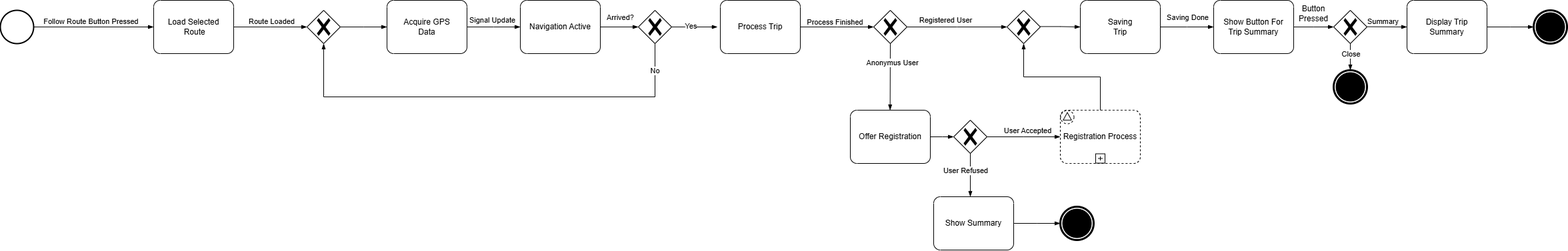
jacopobellosi/Bellosi-Montanelli-Tempobono keeps this draw.io diagram as RASD/LaTeXCode/images/StateDiagrams/Navigation.drawio.png. Above is the earlier version. Source tidied: cells renumbered, new cells last; positions are measured from the earlier drawing's top-left corner, leaving out a move shared by most shapes.
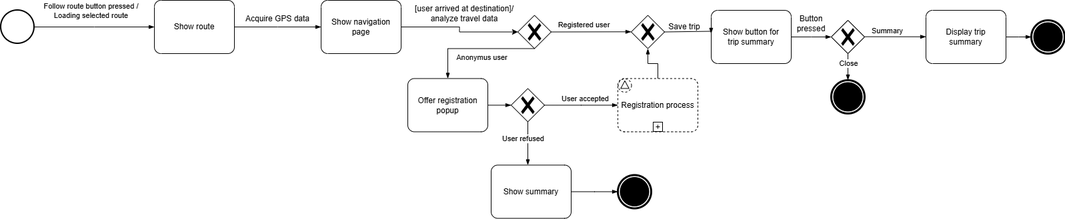
Later version of the same file.

The edit, as a diff of the source:
```diff
@@ -10,59 +10,18 @@
     </mxCell>
-    <mxCell id="4" value="Follow Route Button Pressed" style="edgeLabel;html=1;align=center;verticalAlign=middle;" parent="3" vertex="1">
+    <mxCell id="4" value="Follow route button pressed /&lt;br&gt;Loading selected route" style="edgeLabel;html=1;align=center;verticalAlign=middle;" parent="3" vertex="1">
       <mxGeometry x="-0.48" y="-7" relative="1" as="geometry">
-        <mxPoint x="38" y="-16" as="offset" />
+        <mxPoint x="38" y="-32" as="offset" />
       </mxGeometry>
     </mxCell>
-    <mxCell id="5" value="Load Selected&lt;div&gt;&amp;nbsp;Route&lt;/div&gt;" style="points=[[0.25,0,0],[0.5,0,0],[0.75,0,0],[1,0.25,0],[1,0.5,0],[1,0.75,0],[0.75,1,0],[0.5,1,0],[0.25,1,0],[0,0.75,0],[0,0.5,0],[0,0.25,0]];shape=mxgraph.bpmn.task2;whiteSpace=wrap;rectStyle=rounded;size=10;html=1;taskMarker=abstract;" parent="1" vertex="1">
+    <mxCell id="5" value="Show route" style="points=[[0.25,0,0],[0.5,0,0],[0.75,0,0],[1,0.25,0],[1,0.5,0],[1,0.75,0],[0.75,1,0],[0.5,1,0],[0.25,1,0],[0,0.75,0],[0,0.5,0],[0,0.25,0]];shape=mxgraph.bpmn.task2;whiteSpace=wrap;rectStyle=rounded;size=10;html=1;taskMarker=abstract;" parent="1" vertex="1">
       <mxGeometry x="230" width="120" height="80" as="geometry" />
     </mxCell>
-    <mxCell id="6" value="Acquire GPS&lt;div&gt;Data&lt;/div&gt;" style="points=[[0.25,0,0],[0.5,0,0],[0.75,0,0],[1,0.25,0],[1,0.5,0],[1,0.75,0],[0.75,1,0],[0.5,1,0],[0.25,1,0],[0,0.75,0],[0,0.5,0],[0,0.25,0]];shape=mxgraph.bpmn.task2;whiteSpace=wrap;rectStyle=rounded;size=10;html=1;taskMarker=abstract;" parent="1" vertex="1">
-      <mxGeometry x="580" width="120" height="80" as="geometry" />
+    <mxCell id="6" value="Show navigation page" style="points=[[0.25,0,0],[0.5,0,0],[0.75,0,0],[1,0.25,0],[1,0.5,0],[1,0.75,0],[0.75,1,0],[0.5,1,0],[0.25,1,0],[0,0.75,0],[0,0.5,0],[0,0.25,0]];shape=mxgraph.bpmn.task2;whiteSpace=wrap;rectStyle=rounded;size=10;html=1;taskMarker=abstract;" parent="1" vertex="1">
+      <mxGeometry x="480" width="120" height="80" as="geometry" />
     </mxCell>
-    <mxCell id="7" style="edgeStyle=elbowEdgeStyle;fontSize=12;html=1;endArrow=blockThin;endFill=1;rounded=0;exitX=1;exitY=0.5;exitDx=0;exitDy=0;exitPerimeter=0;elbow=horizontal;entryX=0;entryY=0.5;entryDx=0;entryDy=0;entryPerimeter=0;" parent="1" edge="1" source="5" target="51">
-      <mxGeometry relative="1" as="geometry" />
-    </mxCell>
-    <mxCell id="8" value="Route Loaded" style="edgeLabel;html=1;align=center;verticalAlign=middle;" parent="7" vertex="1">
-      <mxGeometry x="0.3" relative="1" as="geometry">
-        <mxPoint x="-16" y="-9" as="offset" />
-      </mxGeometry>
-    </mxCell>
-    <mxCell id="9" value="Navigation Active" style="points=[[0.25,0,0],[0.5,0,0],[0.75,0,0],[1,0.25,0],[1,0.5,0],[1,0.75,0],[0.75,1,0],[0.5,1,0],[0.25,1,0],[0,0.75,0],[0,0.5,0],[0,0.25,0]];shape=mxgraph.bpmn.task2;whiteSpace=wrap;rectStyle=rounded;size=10;html=1;taskMarker=abstract;" parent="1" vertex="1">
-      <mxGeometry x="780" width="120" height="80" as="geometry" />
-    </mxCell>
-    <mxCell id="10" style="points=[[0.25,0.25,0],[0.5,0,0],[0.75,0.25,0],[1,0.5,0],[0.75,0.75,0],[0.5,1,0],[0.25,0.75,0],[0,0.5,0]];shape=mxgraph.bpmn.gateway2;html=1;verticalLabelPosition=bottom;labelBackgroundColor=#ffffff;verticalAlign=top;align=center;perimeter=rhombusPerimeter;outlineConnect=0;outline=none;symbol=none;gwType=exclusive;" parent="1" vertex="1">
-      <mxGeometry x="957" y="15" width="50" height="50" as="geometry" />
-    </mxCell>
-    <mxCell id="11" style="edgeStyle=elbowEdgeStyle;fontSize=12;html=1;endArrow=blockThin;endFill=1;rounded=0;exitX=1;exitY=0.5;exitDx=0;exitDy=0;exitPerimeter=0;entryX=0;entryY=0.5;entryDx=0;entryDy=0;entryPerimeter=0;elbow=vertical;" parent="1" edge="1" source="9" target="10">
-      <mxGeometry relative="1" as="geometry" />
-    </mxCell>
-    <mxCell id="12" value="Arrived?" style="edgeLabel;html=1;align=center;verticalAlign=middle;" parent="11" vertex="1">
-      <mxGeometry x="0.43" y="-3" relative="1" as="geometry">
-        <mxPoint x="-11" y="-18" as="offset" />
-      </mxGeometry>
-    </mxCell>
-    <mxCell id="13" style="edgeStyle=elbowEdgeStyle;fontSize=12;html=1;endArrow=blockThin;endFill=1;rounded=0;exitX=1;exitY=0.5;exitDx=0;exitDy=0;exitPerimeter=0;elbow=vertical;entryX=-0.035;entryY=0.519;entryDx=0;entryDy=0;entryPerimeter=0;" parent="1" edge="1" source="10" target="15">
-      <mxGeometry relative="1" as="geometry" />
-    </mxCell>
-    <mxCell id="14" value="Yes" style="edgeLabel;html=1;align=center;verticalAlign=middle;" parent="13" vertex="1">
-      <mxGeometry x="-0.19" y="2" relative="1" as="geometry" />
-    </mxCell>
-    <mxCell id="15" value="Process Trip" style="points=[[0.25,0,0],[0.5,0,0],[0.75,0,0],[1,0.25,0],[1,0.5,0],[1,0.75,0],[0.75,1,0],[0.5,1,0],[0.25,1,0],[0,0.75,0],[0,0.5,0],[0,0.25,0]];shape=mxgraph.bpmn.task2;whiteSpace=wrap;rectStyle=rounded;size=10;html=1;taskMarker=abstract;" parent="1" vertex="1">
-      <mxGeometry x="1080" width="120" height="80" as="geometry" />
-    </mxCell>
-    <mxCell id="16" style="edgeStyle=elbowEdgeStyle;fontSize=12;html=1;endArrow=blockThin;endFill=1;rounded=0;exitX=1;exitY=0.5;exitDx=0;exitDy=0;exitPerimeter=0;elbow=vertical;" parent="1" edge="1" source="15">
-      <mxGeometry relative="1" as="geometry">
-        <mxPoint x="1310" y="40" as="targetPoint" />
-      </mxGeometry>
-    </mxCell>
-    <mxCell id="17" value="Process Finished" style="edgeLabel;html=1;align=center;verticalAlign=middle;" parent="16" vertex="1">
-      <mxGeometry x="-0.13" y="5" relative="1" as="geometry">
-        <mxPoint x="3" y="-3" as="offset" />
-      </mxGeometry>
-    </mxCell>
-    <mxCell id="18" value="Show Button For&lt;div&gt;Trip&amp;nbsp;&lt;span style=&quot;background-color: transparent; color: light-dark(rgb(0, 0, 0), rgb(255, 255, 255));&quot;&gt;Summary&lt;/span&gt;&lt;/div&gt;" style="points=[[0.25,0,0],[0.5,0,0],[0.75,0,0],[1,0.25,0],[1,0.5,0],[1,0.75,0],[0.75,1,0],[0.5,1,0],[0.25,1,0],[0,0.75,0],[0,0.5,0],[0,0.25,0]];shape=mxgraph.bpmn.task2;whiteSpace=wrap;rectStyle=rounded;size=10;html=1;taskMarker=abstract;" parent="1" vertex="1">
-      <mxGeometry x="1820" width="120" height="80" as="geometry" />
+    <mxCell id="18" value="Show button for&lt;div&gt;trip s&lt;span style=&quot;background-color: transparent; color: light-dark(rgb(0, 0, 0), rgb(255, 255, 255));&quot;&gt;ummary&lt;/span&gt;&lt;/div&gt;" style="points=[[0.25,0,0],[0.5,0,0],[0.75,0,0],[1,0.25,0],[1,0.5,0],[1,0.75,0],[0.75,1,0],[0.5,1,0],[0.25,1,0],[0,0.75,0],[0,0.5,0],[0,0.25,0]];shape=mxgraph.bpmn.task2;whiteSpace=wrap;rectStyle=rounded;size=10;html=1;taskMarker=abstract;" parent="1" vertex="1">
+      <mxGeometry x="1065" y="15" width="120" height="80" as="geometry" />
     </mxCell>
     <mxCell id="19" style="points=[[0.25,0.25,0],[0.5,0,0],[0.75,0.25,0],[1,0.5,0],[0.75,0.75,0],[0.5,1,0],[0.25,0.75,0],[0,0.5,0]];shape=mxgraph.bpmn.gateway2;html=1;verticalLabelPosition=bottom;labelBackgroundColor=#ffffff;verticalAlign=top;align=center;perimeter=rhombusPerimeter;outlineConnect=0;outline=none;symbol=none;gwType=exclusive;" parent="1" vertex="1">
-      <mxGeometry x="1310" y="15" width="50" height="50" as="geometry" />
+      <mxGeometry x="775" y="22.5" width="50" height="50" as="geometry" />
     </mxCell>
@@ -71,3 +30,3 @@
     </mxCell>
-    <mxCell id="21" value="Registered User" style="edgeLabel;html=1;align=center;verticalAlign=middle;" parent="20" vertex="1">
+    <mxCell id="21" value="Registered user" style="edgeLabel;html=1;align=center;verticalAlign=middle;" parent="20" vertex="1">
       <mxGeometry x="-0.38" y="1" relative="1" as="geometry">
@@ -80,6 +39,6 @@
     <mxCell id="23" style="points=[[0.25,0.25,0],[0.5,0,0],[0.75,0.25,0],[1,0.5,0],[0.75,0.75,0],[0.5,1,0],[0.25,0.75,0],[0,0.5,0]];shape=mxgraph.bpmn.gateway2;html=1;verticalLabelPosition=bottom;labelBackgroundColor=#ffffff;verticalAlign=top;align=center;perimeter=rhombusPerimeter;outlineConnect=0;outline=none;symbol=none;gwType=exclusive;" parent="1" vertex="1">
-      <mxGeometry x="2000" y="15" width="50" height="50" as="geometry" />
+      <mxGeometry x="1245" y="30" width="50" height="50" as="geometry" />
     </mxCell>
-    <mxCell id="24" value="Button Pressed" style="text;html=1;whiteSpace=wrap;strokeColor=none;fillColor=none;align=center;verticalAlign=middle;rounded=0;" parent="1" vertex="1">
-      <mxGeometry x="1940" y="5" width="60" height="30" as="geometry" />
+    <mxCell id="24" value="Button pressed" style="text;html=1;whiteSpace=wrap;strokeColor=none;fillColor=none;align=center;verticalAlign=middle;rounded=0;" parent="1" vertex="1">
+      <mxGeometry x="1185" y="20" width="60" height="30" as="geometry" />
     </mxCell>
@@ -87,3 +46,3 @@
       <mxGeometry relative="1" as="geometry">
-        <mxPoint x="2050" y="39.7" as="sourcePoint" />
+        <mxPoint x="1295" y="54.7" as="sourcePoint" />
       </mxGeometry>
@@ -104,20 +63,24 @@
     <mxCell id="29" style="points=[[0.145,0.145,0],[0.5,0,0],[0.855,0.145,0],[1,0.5,0],[0.855,0.855,0],[0.5,1,0],[0.145,0.855,0],[0,0.5,0]];shape=mxgraph.bpmn.event;html=1;verticalLabelPosition=bottom;labelBackgroundColor=#ffffff;verticalAlign=top;align=center;perimeter=ellipsePerimeter;outlineConnect=0;outline=end;symbol=terminate;" parent="1" vertex="1">
-      <mxGeometry x="2000" y="105" width="50" height="50" as="geometry" />
+      <mxGeometry x="1245" y="120" width="50" height="50" as="geometry" />
     </mxCell>
-    <mxCell id="30" value="Display Trip&lt;div&gt;Summary&lt;/div&gt;" style="points=[[0.25,0,0],[0.5,0,0],[0.75,0,0],[1,0.25,0],[1,0.5,0],[1,0.75,0],[0.75,1,0],[0.5,1,0],[0.25,1,0],[0,0.75,0],[0,0.5,0],[0,0.25,0]];shape=mxgraph.bpmn.task2;whiteSpace=wrap;rectStyle=rounded;size=10;html=1;taskMarker=abstract;" parent="1" vertex="1">
-      <mxGeometry x="2110" width="120" height="80" as="geometry" />
+    <mxCell id="30" value="Display trip&lt;div&gt;&lt;span style=&quot;background-color: transparent; color: light-dark(rgb(0, 0, 0), rgb(255, 255, 255));&quot;&gt;summary&lt;/span&gt;&lt;/div&gt;" style="points=[[0.25,0,0],[0.5,0,0],[0.75,0,0],[1,0.25,0],[1,0.5,0],[1,0.75,0],[0.75,1,0],[0.5,1,0],[0.25,1,0],[0,0.75,0],[0,0.5,0],[0,0.25,0]];shape=mxgraph.bpmn.task2;whiteSpace=wrap;rectStyle=rounded;size=10;html=1;taskMarker=abstract;" parent="1" vertex="1">
+      <mxGeometry x="1387" y="15" width="120" height="80" as="geometry" />
     </mxCell>
-    <mxCell id="31" style="edgeStyle=elbowEdgeStyle;fontSize=12;html=1;endArrow=blockThin;endFill=1;rounded=0;exitX=0.5;exitY=1;exitDx=0;exitDy=0;exitPerimeter=0;" parent="1" edge="1" source="19" target="33">
-      <mxGeometry relative="1" as="geometry" />
+    <mxCell id="31" style="edgeStyle=elbowEdgeStyle;fontSize=12;html=1;endArrow=blockThin;endFill=1;rounded=0;exitX=0.5;exitY=1;exitDx=0;exitDy=0;exitPerimeter=0;entryX=0.5;entryY=0;entryDx=0;entryDy=0;entryPerimeter=0;" parent="1" edge="1" source="19" target="33">
+      <mxGeometry relative="1" as="geometry">
+        <Array as="points">
+          <mxPoint x="670" y="105" />
+        </Array>
+      </mxGeometry>
     </mxCell>
-    <mxCell id="32" value="Anonymus User" style="edgeLabel;html=1;align=center;verticalAlign=middle;" parent="31" vertex="1">
+    <mxCell id="32" value="Anonymus user" style="edgeLabel;html=1;align=center;verticalAlign=middle;" parent="31" vertex="1">
       <mxGeometry x="-0.43" relative="1" as="geometry">
-        <mxPoint x="2" as="offset" />
+        <mxPoint x="-30" y="13" as="offset" />
       </mxGeometry>
     </mxCell>
-    <mxCell id="33" value="Offer Registration" style="points=[[0.25,0,0],[0.5,0,0],[0.75,0,0],[1,0.25,0],[1,0.5,0],[1,0.75,0],[0.75,1,0],[0.5,1,0],[0.25,1,0],[0,0.75,0],[0,0.5,0],[0,0.25,0]];shape=mxgraph.bpmn.task2;whiteSpace=wrap;rectStyle=rounded;size=10;html=1;taskMarker=abstract;" parent="1" vertex="1">
-      <mxGeometry x="1275" y="165" width="120" height="80" as="geometry" />
+    <mxCell id="33" value="Offer registration popup" style="points=[[0.25,0,0],[0.5,0,0],[0.75,0,0],[1,0.25,0],[1,0.5,0],[1,0.75,0],[0.75,1,0],[0.5,1,0],[0.25,1,0],[0,0.75,0],[0,0.5,0],[0,0.25,0]];shape=mxgraph.bpmn.task2;whiteSpace=wrap;rectStyle=rounded;size=10;html=1;taskMarker=abstract;" parent="1" vertex="1">
+      <mxGeometry x="610" y="117.5" width="120" height="80" as="geometry" />
     </mxCell>
     <mxCell id="34" style="points=[[0.25,0.25,0],[0.5,0,0],[0.75,0.25,0],[1,0.5,0],[0.75,0.75,0],[0.5,1,0],[0.25,0.75,0],[0,0.5,0]];shape=mxgraph.bpmn.gateway2;html=1;verticalLabelPosition=bottom;labelBackgroundColor=#ffffff;verticalAlign=top;align=center;perimeter=rhombusPerimeter;outlineConnect=0;outline=none;symbol=none;gwType=exclusive;" parent="1" vertex="1">
-      <mxGeometry x="1430" y="180" width="50" height="50" as="geometry" />
+      <mxGeometry x="765" y="132.5" width="50" height="50" as="geometry" />
     </mxCell>
@@ -128,6 +91,6 @@
       <mxGeometry relative="1" as="geometry">
-        <mxPoint x="1455" y="295" as="targetPoint" />
+        <mxPoint x="790" y="247.5" as="targetPoint" />
       </mxGeometry>
     </mxCell>
-    <mxCell id="37" value="User Accepted" style="edgeLabel;html=1;align=center;verticalAlign=middle;" parent="36" vertex="1">
+    <mxCell id="37" value="User accepted" style="edgeLabel;html=1;align=center;verticalAlign=middle;" parent="36" vertex="1">
       <mxGeometry x="-0.3" y="2" relative="1" as="geometry">
@@ -138,10 +101,10 @@
       <mxGeometry relative="1" as="geometry">
-        <mxPoint x="1620" y="205" as="targetPoint" />
+        <mxPoint x="955" y="157.5" as="targetPoint" />
       </mxGeometry>
     </mxCell>
-    <mxCell id="39" value="Show Summary" style="points=[[0.25,0,0],[0.5,0,0],[0.75,0,0],[1,0.25,0],[1,0.5,0],[1,0.75,0],[0.75,1,0],[0.5,1,0],[0.25,1,0],[0,0.75,0],[0,0.5,0],[0,0.25,0]];shape=mxgraph.bpmn.task2;whiteSpace=wrap;rectStyle=rounded;size=10;html=1;taskMarker=abstract;" parent="1" vertex="1">
-      <mxGeometry x="1400" y="295" width="120" height="80" as="geometry" />
+    <mxCell id="39" value="Show summary" style="points=[[0.25,0,0],[0.5,0,0],[0.75,0,0],[1,0.25,0],[1,0.5,0],[1,0.75,0],[0.75,1,0],[0.5,1,0],[0.25,1,0],[0,0.75,0],[0,0.5,0],[0,0.25,0]];shape=mxgraph.bpmn.task2;whiteSpace=wrap;rectStyle=rounded;size=10;html=1;taskMarker=abstract;" parent="1" vertex="1">
+      <mxGeometry x="735" y="247.5" width="120" height="80" as="geometry" />
     </mxCell>
     <mxCell id="40" style="points=[[0.25,0.25,0],[0.5,0,0],[0.75,0.25,0],[1,0.5,0],[0.75,0.75,0],[0.5,1,0],[0.25,0.75,0],[0,0.5,0]];shape=mxgraph.bpmn.gateway2;html=1;verticalLabelPosition=bottom;labelBackgroundColor=#ffffff;verticalAlign=top;align=center;perimeter=rhombusPerimeter;outlineConnect=0;outline=none;symbol=none;gwType=exclusive;" parent="1" vertex="1">
-      <mxGeometry x="1510" y="15" width="50" height="50" as="geometry" />
+      <mxGeometry x="945" y="22.5" width="50" height="50" as="geometry" />
     </mxCell>
@@ -150,3 +113,3 @@
     </mxCell>
-    <mxCell id="42" value="User Refused" style="edgeLabel;html=1;align=center;verticalAlign=middle;" parent="41" vertex="1">
+    <mxCell id="42" value="User refused" style="edgeLabel;html=1;align=center;verticalAlign=middle;" parent="41" vertex="1">
       <mxGeometry x="-0.52" y="-2" relative="1" as="geometry">
@@ -155,4 +118,4 @@
     </mxCell>
-    <mxCell id="43" value="Registration Process" style="points=[[0.25,0,0],[0.5,0,0],[0.75,0,0],[1,0.25,0],[1,0.5,0],[1,0.75,0],[0.75,1,0],[0.5,1,0],[0.25,1,0],[0,0.75,0],[0,0.5,0],[0,0.25,0]];shape=mxgraph.bpmn.task2;whiteSpace=wrap;rectStyle=rounded;size=10;html=1;taskMarker=abstract;bpmnShapeType=subprocess;isLoopSub=1;outline=eventNonint;symbol=signal;" parent="1" vertex="1">
-      <mxGeometry x="1590" y="165" width="120" height="80" as="geometry" />
+    <mxCell id="43" value="Registration process" style="points=[[0.25,0,0],[0.5,0,0],[0.75,0,0],[1,0.25,0],[1,0.5,0],[1,0.75,0],[0.75,1,0],[0.5,1,0],[0.25,1,0],[0,0.75,0],[0,0.5,0],[0,0.25,0]];shape=mxgraph.bpmn.task2;whiteSpace=wrap;rectStyle=rounded;size=10;html=1;taskMarker=abstract;bpmnShapeType=subprocess;isLoopSub=1;outline=eventNonint;symbol=signal;" parent="1" vertex="1">
+      <mxGeometry x="925" y="117.5" width="120" height="80" as="geometry" />
     </mxCell>
@@ -162,3 +125,3 @@
     <mxCell id="45" style="points=[[0.145,0.145,0],[0.5,0,0],[0.855,0.145,0],[1,0.5,0],[0.855,0.855,0],[0.5,1,0],[0.145,0.855,0],[0,0.5,0]];shape=mxgraph.bpmn.event;html=1;verticalLabelPosition=bottom;labelBackgroundColor=#ffffff;verticalAlign=top;align=center;perimeter=ellipsePerimeter;outlineConnect=0;outline=end;symbol=terminate;" parent="1" vertex="1">
-      <mxGeometry x="1590" y="310" width="50" height="50" as="geometry" />
+      <mxGeometry x="925" y="262.5" width="50" height="50" as="geometry" />
     </mxCell>
@@ -167,45 +130,14 @@
     </mxCell>
-    <mxCell id="47" style="edgeStyle=elbowEdgeStyle;fontSize=12;html=1;endArrow=blockThin;endFill=1;rounded=0;exitX=1;exitY=0.5;exitDx=0;exitDy=0;exitPerimeter=0;entryX=0;entryY=0.5;entryDx=0;entryDy=0;entryPerimeter=0;elbow=vertical;" parent="1" edge="1" source="6" target="9">
-      <mxGeometry relative="1" as="geometry" />
-    </mxCell>
-    <mxCell id="48" value="Signal Update" style="edgeLabel;html=1;align=center;verticalAlign=middle;" parent="47" vertex="1">
-      <mxGeometry x="0.47" y="-1" relative="1" as="geometry">
-        <mxPoint x="-21" y="-12" as="offset" />
-      </mxGeometry>
-    </mxCell>
-    <mxCell id="49" style="edgeStyle=orthogonalEdgeStyle;fontSize=12;html=1;endArrow=blockThin;endFill=1;rounded=0;exitX=0.5;exitY=1;exitDx=0;exitDy=0;exitPerimeter=0;entryX=0.5;entryY=1;entryDx=0;entryDy=0;entryPerimeter=0;" parent="1" edge="1" source="10" target="51">
-      <mxGeometry relative="1" as="geometry">
-        <Array as="points">
-          <mxPoint x="982" y="145" />
-          <mxPoint x="485" y="145" />
-        </Array>
-      </mxGeometry>
-    </mxCell>
-    <mxCell id="50" value="No" style="edgeLabel;html=1;align=center;verticalAlign=middle;" parent="49" vertex="1">
-      <mxGeometry x="-0.88" y="-1" relative="1" as="geometry" />
-    </mxCell>
-    <mxCell id="51" style="points=[[0.25,0.25,0],[0.5,0,0],[0.75,0.25,0],[1,0.5,0],[0.75,0.75,0],[0.5,1,0],[0.25,0.75,0],[0,0.5,0]];shape=mxgraph.bpmn.gateway2;html=1;verticalLabelPosition=bottom;labelBackgroundColor=#ffffff;verticalAlign=top;align=center;perimeter=rhombusPerimeter;outlineConnect=0;outline=none;symbol=none;gwType=exclusive;" parent="1" vertex="1">
-      <mxGeometry x="460" y="15" width="50" height="50" as="geometry" />
-    </mxCell>
-    <mxCell id="52" style="edgeStyle=elbowEdgeStyle;fontSize=12;html=1;endArrow=blockThin;endFill=1;rounded=0;exitX=1;exitY=0.5;exitDx=0;exitDy=0;exitPerimeter=0;entryX=0;entryY=0.5;entryDx=0;entryDy=0;entryPerimeter=0;" parent="1" edge="1" source="51" target="6">
+    <mxCell id="52" style="edgeStyle=elbowEdgeStyle;fontSize=12;html=1;endArrow=blockThin;endFill=1;rounded=0;exitX=1;exitY=0.5;exitDx=0;exitDy=0;exitPerimeter=0;entryX=0;entryY=0.5;entryDx=0;entryDy=0;entryPerimeter=0;" parent="1" edge="1" source="5" target="6">
       <mxGeometry relative="1" as="geometry" />
     </mxCell>
-    <mxCell id="53" value="Saving&lt;div&gt;Trip&lt;/div&gt;" style="points=[[0.25,0,0],[0.5,0,0],[0.75,0,0],[1,0.25,0],[1,0.5,0],[1,0.75,0],[0.75,1,0],[0.5,1,0],[0.25,1,0],[0,0.75,0],[0,0.5,0],[0,0.25,0]];shape=mxgraph.bpmn.task2;whiteSpace=wrap;rectStyle=rounded;size=10;html=1;taskMarker=abstract;" parent="1" vertex="1">
-      <mxGeometry x="1620" width="120" height="80" as="geometry" />
-    </mxCell>
-    <mxCell id="54" style="edgeStyle=elbowEdgeStyle;fontSize=12;html=1;endArrow=blockThin;endFill=1;rounded=0;entryX=0;entryY=0.5;entryDx=0;entryDy=0;entryPerimeter=0;" parent="1" edge="1" target="53">
+    <mxCell id="54" style="edgeStyle=elbowEdgeStyle;fontSize=12;html=1;endArrow=blockThin;endFill=1;rounded=0;elbow=vertical;entryX=-0.001;entryY=0.436;entryDx=0;entryDy=0;entryPerimeter=0;exitX=1;exitY=0.5;exitDx=0;exitDy=0;exitPerimeter=0;" parent="1" edge="1" source="40" target="18">
       <mxGeometry relative="1" as="geometry">
-        <mxPoint x="1560" y="39.4" as="sourcePoint" />
+        <Array as="points">
+          <mxPoint x="1065" y="46.5" />
+        </Array>
       </mxGeometry>
     </mxCell>
-    <mxCell id="55" style="edgeStyle=elbowEdgeStyle;fontSize=12;html=1;endArrow=blockThin;endFill=1;rounded=0;exitX=1;exitY=0.5;exitDx=0;exitDy=0;exitPerimeter=0;entryX=0;entryY=0.5;entryDx=0;entryDy=0;entryPerimeter=0;elbow=vertical;" parent="1" edge="1" source="53" target="18">
-      <mxGeometry relative="1" as="geometry" />
-    </mxCell>
-    <mxCell id="56" value="Saving Done" style="edgeLabel;html=1;align=center;verticalAlign=middle;" parent="55" vertex="1">
-      <mxGeometry x="0.28" y="-2" relative="1" as="geometry">
-        <mxPoint x="-12" y="-17" as="offset" />
-      </mxGeometry>
-    </mxCell>
     <mxCell id="57" style="points=[[0.145,0.145,0],[0.5,0,0],[0.855,0.145,0],[1,0.5,0],[0.855,0.855,0],[0.5,1,0],[0.145,0.855,0],[0,0.5,0]];shape=mxgraph.bpmn.event;html=1;verticalLabelPosition=bottom;labelBackgroundColor=#ffffff;verticalAlign=top;align=center;perimeter=ellipsePerimeter;outlineConnect=0;outline=end;symbol=terminate;" parent="1" vertex="1">
-      <mxGeometry x="2300" y="15" width="50" height="50" as="geometry" />
+      <mxGeometry x="1545" y="30" width="50" height="50" as="geometry" />
     </mxCell>
@@ -214,2 +146,14 @@
     </mxCell>
+    <mxCell id="59" value="Acquire GPS data" style="text;html=1;whiteSpace=wrap;strokeColor=none;fillColor=none;align=center;verticalAlign=middle;rounded=0;" parent="1" vertex="1">
+      <mxGeometry x="360" y="12.5" width="110" height="30" as="geometry" />
+    </mxCell>
+    <mxCell id="60" value="[user arrived at destination]/ analyze travel data" style="text;html=1;whiteSpace=wrap;strokeColor=none;fillColor=none;align=center;verticalAlign=middle;rounded=0;" parent="1" vertex="1">
+      <mxGeometry x="610" y="5" width="170" height="30" as="geometry" />
+    </mxCell>
+    <mxCell id="61" value="Save trip" style="text;html=1;whiteSpace=wrap;strokeColor=none;fillColor=none;align=center;verticalAlign=middle;rounded=0;" parent="1" vertex="1">
+      <mxGeometry x="995" y="32.5" width="60" height="15" as="geometry" />
+    </mxCell>
+    <mxCell id="62" style="edgeStyle=orthogonalEdgeStyle;rounded=0;jettySize=auto;html=1;entryX=0;entryY=0.5;entryDx=0;entryDy=0;entryPerimeter=0;" parent="1" edge="1" source="6" target="19">
+      <mxGeometry relative="1" as="geometry" />
+    </mxCell>
   </root>
```
